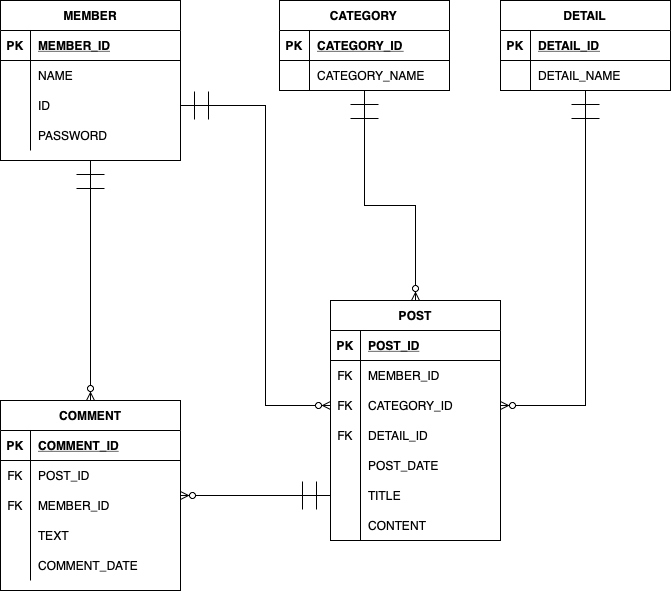
Earlier version of the draw.io export diagram.drawio.png (Seungwan-Jung/webshopnj). Source tidied: cells renumbered, new cells last; positions are measured from the earlier drawing's top-left corner, leaving out a move shared by most shapes.
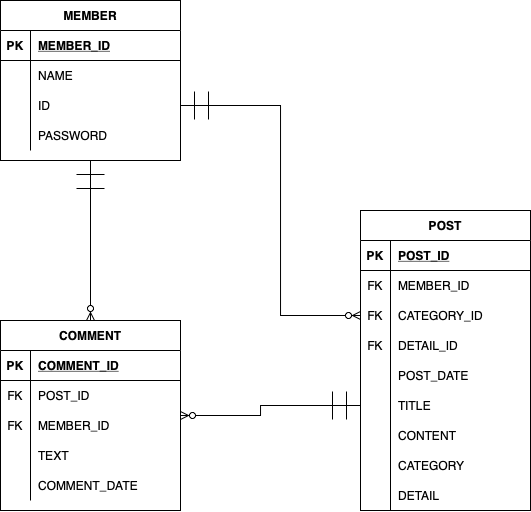
Later version of the same file.

Commit message:
diagram category and detail table deleted and  changed to enum

The edit, as a diff of the source:
```diff
@@ -6,7 +6,7 @@
       <mxGeometry relative="1" as="geometry" />
     </mxCell>
     <mxCell id="3" value="MEMBER" style="shape=table;startSize=30;rowLines=0;fontStyle=1;align=center;fontFamily=Helvetica;fontSize=12;fontColor=default;strokeColor=default;fillColor=none;" parent="1" vertex="1">
-      <mxGeometry width="180" height="160" as="geometry" />
+      <mxGeometry x="100" y="90" width="180" height="160" as="geometry" />
     </mxCell>
     <mxCell id="4" style="shape=tableRow;horizontal=0;startSize=0;swimlaneHead=0;swimlaneBody=0;fillColor=none;top=0;left=0;right=0;bottom=1;fontFamily=Helvetica;fontSize=12;fontColor=default;strokeColor=default;" parent="3" vertex="1">
       <mxGeometry y="30" width="180" height="30" as="geometry" />
@@ -45,7 +45,7 @@
       <mxGeometry x="30" width="150" height="30" as="geometry" />
     </mxCell>
     <mxCell id="16" value="POST" style="shape=table;startSize=30;rowLines=0;fontStyle=1;align=center;fontFamily=Helvetica;fontSize=12;fontColor=default;strokeColor=default;fillColor=none;" parent="1" vertex="1">
-      <mxGeometry x="330" y="300" width="170" height="240" as="geometry" />
+      <mxGeometry x="460" y="300" width="170" height="300" as="geometry" />
     </mxCell>
     <mxCell id="17" style="shape=tableRow;horizontal=0;startSize=0;swimlaneHead=0;swimlaneBody=0;fillColor=none;top=0;left=0;right=0;bottom=1;fontFamily=Helvetica;fontSize=12;fontColor=default;strokeColor=default;" parent="16" vertex="1">
       <mxGeometry y="30" width="170" height="30" as="geometry" />
@@ -110,59 +110,29 @@
     <mxCell id="37" value="CONTENT" style="shape=partialRectangle;fillColor=none;top=0;left=0;bottom=0;right=0;align=left;spacingLeft=6;overflow=hidden;fontFamily=Helvetica;fontSize=12;fontColor=default;startSize=26;strokeColor=default;" parent="35" vertex="1">
       <mxGeometry x="30" width="140" height="30" as="geometry" />
     </mxCell>
-    <mxCell id="38" style="edgeStyle=orthogonalEdgeStyle;rounded=0;jettySize=auto;html=1;fontFamily=Helvetica;fontSize=12;fontColor=default;startSize=26;startArrow=ERmandOne;startFill=0;endArrow=ERzeroToMany;endFill=0;" parent="1" edge="1" source="39" target="16">
-      <mxGeometry relative="1" as="geometry" />
-    </mxCell>
+    <mxCell id="72" style="shape=tableRow;horizontal=0;startSize=0;swimlaneHead=0;swimlaneBody=0;fillColor=none;top=0;left=0;right=0;bottom=0;fontFamily=Helvetica;fontSize=12;fontColor=default;strokeColor=default;" parent="16" vertex="1">
+      <mxGeometry y="240" width="170" height="30" as="geometry" />
+    </mxCell>
+    <mxCell id="73" style="shape=partialRectangle;fillColor=none;top=0;left=0;bottom=0;right=0;overflow=hidden;fontFamily=Helvetica;fontSize=12;fontColor=default;startSize=26;strokeColor=default;" parent="72" vertex="1">
+      <mxGeometry width="30" height="30" as="geometry" />
+    </mxCell>
-    <mxCell id="39" value="CATEGORY" style="shape=table;startSize=30;rowLines=0;fontStyle=1;align=center;fontFamily=Helvetica;fontSize=12;fontColor=default;strokeColor=default;fillColor=none;" parent="1" vertex="1">
-      <mxGeometry x="279" width="170" height="90" as="geometry" />
+    <mxCell id="39" value="CATEGORY" style="shape=partialRectangle;fillColor=none;top=0;left=0;bottom=0;right=0;align=left;spacingLeft=6;overflow=hidden;fontFamily=Helvetica;fontSize=12;fontColor=default;startSize=26;strokeColor=default;" parent="72" vertex="1">
+      <mxGeometry x="30" width="140" height="30" as="geometry" />
     </mxCell>
-    <mxCell id="40" style="shape=tableRow;horizontal=0;startSize=0;swimlaneHead=0;swimlaneBody=0;fillColor=none;top=0;left=0;right=0;bottom=1;fontFamily=Helvetica;fontSize=12;fontColor=default;strokeColor=default;" parent="39" vertex="1">
-      <mxGeometry y="30" width="170" height="30" as="geometry" />
-    </mxCell>
-    <mxCell id="41" value="PK" style="shape=partialRectangle;fillColor=none;top=0;left=0;bottom=0;right=0;fontStyle=1;overflow=hidden;fontFamily=Helvetica;fontSize=12;fontColor=default;startSize=26;strokeColor=default;" parent="40" vertex="1">
-      <mxGeometry width="30" height="30" as="geometry" />
-    </mxCell>
-    <mxCell id="42" value="CATEGORY_ID" style="shape=partialRectangle;fillColor=none;top=0;left=0;bottom=0;right=0;align=left;spacingLeft=6;fontStyle=5;overflow=hidden;fontFamily=Helvetica;fontSize=12;fontColor=default;startSize=26;strokeColor=default;" parent="40" vertex="1">
-      <mxGeometry x="30" width="140" height="30" as="geometry" />
-    </mxCell>
-    <mxCell id="43" style="shape=tableRow;horizontal=0;startSize=0;swimlaneHead=0;swimlaneBody=0;fillColor=none;top=0;left=0;right=0;bottom=0;fontFamily=Helvetica;fontSize=12;fontColor=default;strokeColor=default;" parent="39" vertex="1">
-      <mxGeometry y="60" width="170" height="30" as="geometry" />
-    </mxCell>
-    <mxCell id="44" style="shape=partialRectangle;fillColor=none;top=0;left=0;bottom=0;right=0;overflow=hidden;fontFamily=Helvetica;fontSize=12;fontColor=default;startSize=26;strokeColor=default;" parent="43" vertex="1">
-      <mxGeometry width="30" height="30" as="geometry" />
-    </mxCell>
-    <mxCell id="45" value="CATEGORY_NAME" style="shape=partialRectangle;fillColor=none;top=0;left=0;bottom=0;right=0;align=left;spacingLeft=6;overflow=hidden;fontFamily=Helvetica;fontSize=12;fontColor=default;startSize=26;strokeColor=default;" parent="43" vertex="1">
-      <mxGeometry x="30" width="140" height="30" as="geometry" />
-    </mxCell>
-    <mxCell id="46" style="edgeStyle=orthogonalEdgeStyle;rounded=0;jettySize=auto;html=1;entryX=1;entryY=0.5;entryDx=0;entryDy=0;fontFamily=Helvetica;fontSize=12;fontColor=default;startArrow=ERmandOne;startFill=0;endArrow=ERzeroToMany;endFill=0;startSize=26;" parent="1" edge="1" source="47" target="23">
-      <mxGeometry relative="1" as="geometry" />
-    </mxCell>
+    <mxCell id="74" style="shape=tableRow;horizontal=0;startSize=0;swimlaneHead=0;swimlaneBody=0;fillColor=none;top=0;left=0;right=0;bottom=0;fontFamily=Helvetica;fontSize=12;fontColor=default;strokeColor=default;" parent="16" vertex="1">
+      <mxGeometry y="270" width="170" height="30" as="geometry" />
+    </mxCell>
+    <mxCell id="75" style="shape=partialRectangle;fillColor=none;top=0;left=0;bottom=0;right=0;overflow=hidden;fontFamily=Helvetica;fontSize=12;fontColor=default;startSize=26;strokeColor=default;" parent="74" vertex="1">
+      <mxGeometry width="30" height="30" as="geometry" />
+    </mxCell>
-    <mxCell id="47" value="DETAIL" style="shape=table;startSize=30;rowLines=0;fontStyle=1;align=center;fontFamily=Helvetica;fontSize=12;fontColor=default;strokeColor=default;fillColor=none;" parent="1" vertex="1">
-      <mxGeometry x="500" width="170" height="90" as="geometry" />
+    <mxCell id="47" value="DETAIL" style="shape=partialRectangle;fillColor=none;top=0;left=0;bottom=0;right=0;align=left;spacingLeft=6;overflow=hidden;fontFamily=Helvetica;fontSize=12;fontColor=default;startSize=26;strokeColor=default;" parent="74" vertex="1">
+      <mxGeometry x="30" width="140" height="30" as="geometry" />
     </mxCell>
-    <mxCell id="48" style="shape=tableRow;horizontal=0;startSize=0;swimlaneHead=0;swimlaneBody=0;fillColor=none;top=0;left=0;right=0;bottom=1;fontFamily=Helvetica;fontSize=12;fontColor=default;strokeColor=default;" parent="47" vertex="1">
-      <mxGeometry y="30" width="170" height="30" as="geometry" />
-    </mxCell>
-    <mxCell id="49" value="PK" style="shape=partialRectangle;fillColor=none;top=0;left=0;bottom=0;right=0;fontStyle=1;overflow=hidden;fontFamily=Helvetica;fontSize=12;fontColor=default;startSize=26;strokeColor=default;" parent="48" vertex="1">
-      <mxGeometry width="30" height="30" as="geometry" />
-    </mxCell>
-    <mxCell id="50" value="DETAIL_ID" style="shape=partialRectangle;fillColor=none;top=0;left=0;bottom=0;right=0;align=left;spacingLeft=6;fontStyle=5;overflow=hidden;fontFamily=Helvetica;fontSize=12;fontColor=default;startSize=26;strokeColor=default;" parent="48" vertex="1">
-      <mxGeometry x="30" width="140" height="30" as="geometry" />
-    </mxCell>
-    <mxCell id="51" style="shape=tableRow;horizontal=0;startSize=0;swimlaneHead=0;swimlaneBody=0;fillColor=none;top=0;left=0;right=0;bottom=0;fontFamily=Helvetica;fontSize=12;fontColor=default;strokeColor=default;" parent="47" vertex="1">
-      <mxGeometry y="60" width="170" height="30" as="geometry" />
-    </mxCell>
-    <mxCell id="52" style="shape=partialRectangle;fillColor=none;top=0;left=0;bottom=0;right=0;overflow=hidden;fontFamily=Helvetica;fontSize=12;fontColor=default;startSize=26;strokeColor=default;" parent="51" vertex="1">
-      <mxGeometry width="30" height="30" as="geometry" />
-    </mxCell>
-    <mxCell id="53" value="DETAIL_NAME" style="shape=partialRectangle;fillColor=none;top=0;left=0;bottom=0;right=0;align=left;spacingLeft=6;overflow=hidden;fontFamily=Helvetica;fontSize=12;fontColor=default;startSize=26;strokeColor=default;" parent="51" vertex="1">
-      <mxGeometry x="30" width="140" height="30" as="geometry" />
-    </mxCell>
     <mxCell id="54" style="edgeStyle=orthogonalEdgeStyle;rounded=0;jettySize=auto;html=1;entryX=0;entryY=0.5;entryDx=0;entryDy=0;fontFamily=Helvetica;fontSize=12;fontColor=default;startArrow=ERmandOne;startFill=0;endArrow=ERzeroToMany;endFill=0;startSize=26;" parent="1" edge="1" source="10" target="23">
       <mxGeometry relative="1" as="geometry" />
     </mxCell>
     <mxCell id="55" value="COMMENT" style="shape=table;startSize=30;rowLines=0;fontStyle=1;align=center;fontFamily=Helvetica;fontSize=12;fontColor=default;strokeColor=default;fillColor=none;" parent="1" vertex="1">
-      <mxGeometry y="400" width="180" height="190" as="geometry" />
+      <mxGeometry x="100" y="410" width="180" height="190" as="geometry" />
     </mxCell>
     <mxCell id="56" style="shape=tableRow;horizontal=0;startSize=0;swimlaneHead=0;swimlaneBody=0;fillColor=none;top=0;left=0;right=0;bottom=1;fontFamily=Helvetica;fontSize=12;fontColor=default;strokeColor=default;" parent="55" vertex="1">
       <mxGeometry y="30" width="180" height="30" as="geometry" />
```
